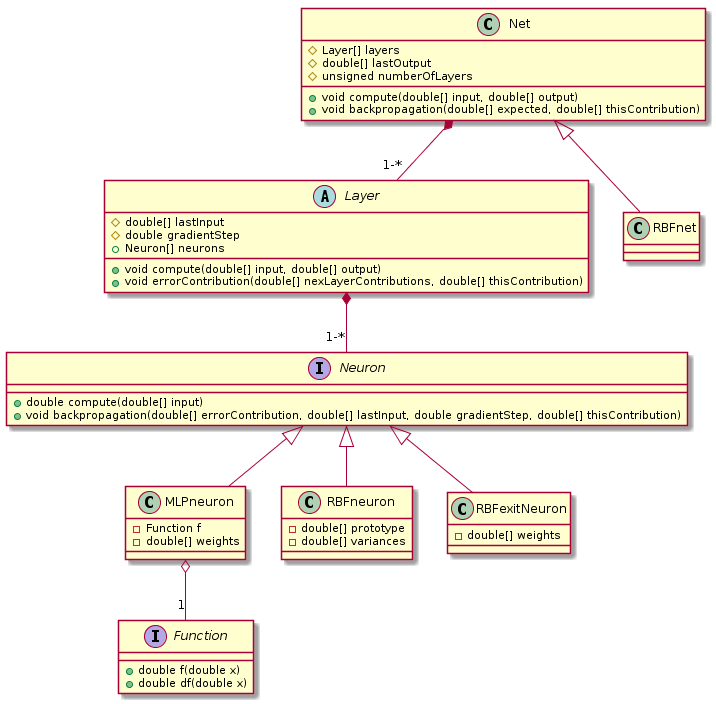
This is uml/neurondiag.png from cyberjasse/spheroneuralnet, a PlantUML export, as it was before one commit.
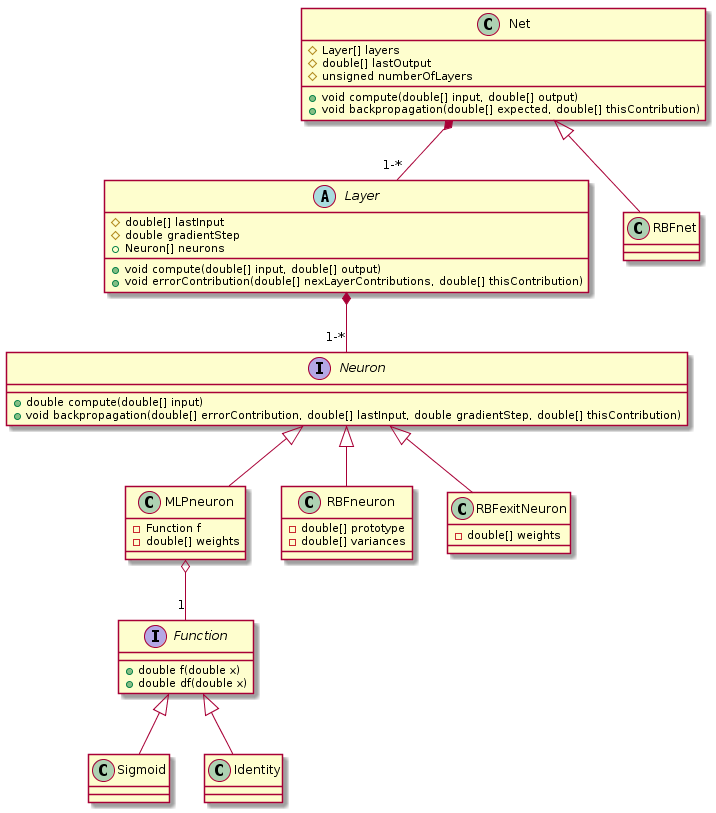
After the change.

Commit message:
commander class diagram

The edit, as a diff of the source:
```diff
@@ -32,6 +32,9 @@
 	+ void compute(double[] input, double[] output)
 	+ void backpropagation(double[] expected, double[] thisContribution)
 }
+class Sigmoid
+class Identity
+
 MLPneuron o-- "1" Function
 Neuron <|-- MLPneuron
 Neuron <|-- RBFneuron
@@ -39,4 +42,6 @@
 Layer *-- "1-*" Neuron
 Net *-- "1-*" Layer
 Net <|-- class RBFnet
+Function <|-- Sigmoid
+Function <|-- Identity
 @enduml
```
